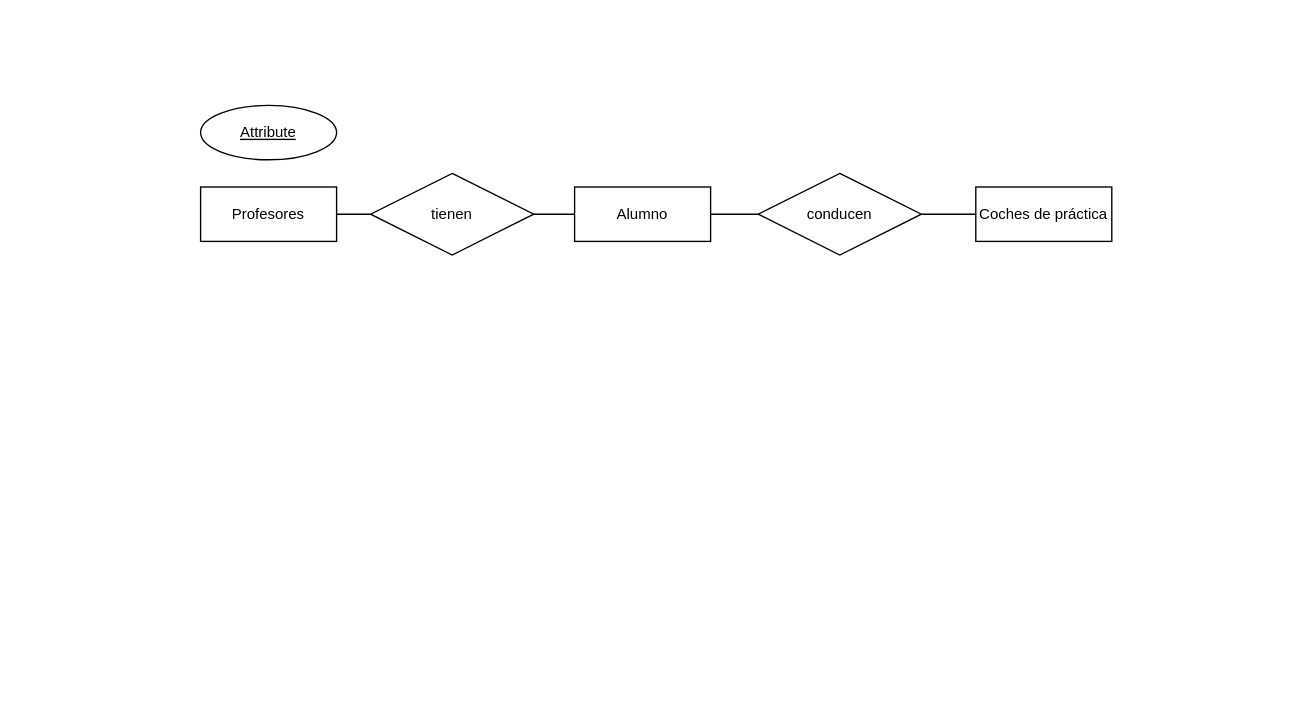
Before: page "Ejercicio 5" (3 of 4) of task2U5_MarcosZahonero.drawio in Maek0s/1DAM_Databases, a draw.io diagram. Source tidied: cells renumbered, new cells numbered last; positions are measured from the earlier drawing's top-left corner, leaving out a move shared by most shapes. Both pictures are drawn from the tidied source at 136%, with x=0, y=0 at pixel (200, 105).
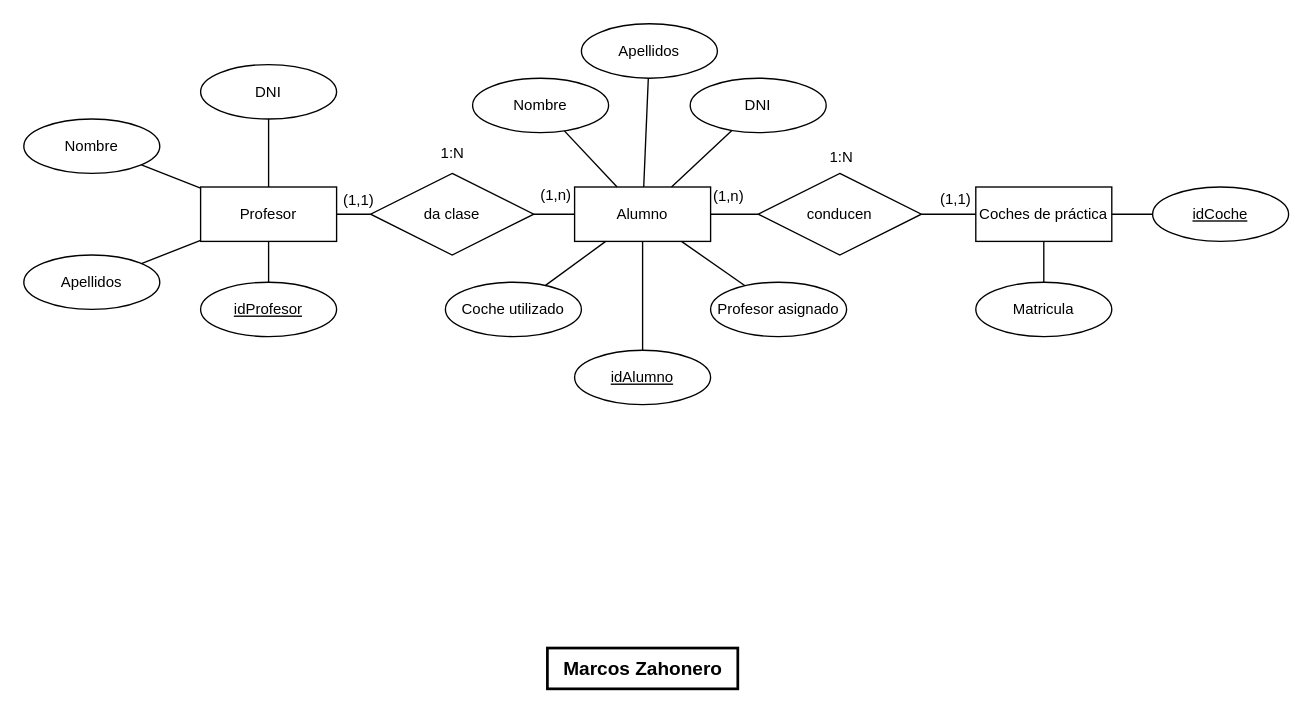
The same diagram, later.

The change refers to these unchanged cells:
```xml
<mxCell id="4" value="Coches de práctica" style="whiteSpace=wrap;html=1;align=center;fontFamily=Helvetica;fontSize=11;fontColor=default;" parent="1" vertex="1">
  <mxGeometry x="570" y="60" width="100" height="40" as="geometry" />
</mxCell>
<mxCell id="6" value="Alumno" style="whiteSpace=wrap;html=1;align=center;fontFamily=Helvetica;fontSize=11;fontColor=default;" parent="1" vertex="1">
  <mxGeometry x="275" y="60" width="100" height="40" as="geometry" />
</mxCell>
```

What changed in the source:
```diff
@@
-    <mxCell id="2" value="Profesores" style="whiteSpace=wrap;html=1;align=center;fontFamily=Helvetica;fontSize=11;fontColor=default;" parent="1" vertex="1">
+    <mxCell id="2" value="Profesor" style="whiteSpace=wrap;html=1;align=center;fontFamily=Helvetica;fontSize=11;fontColor=default;" parent="1" vertex="1">
       <mxGeometry y="60" width="100" height="40" as="geometry" />
     </mxCell>
@@
-    <mxCell id="8" value="tienen" style="shape=rhombus;perimeter=rhombusPerimeter;whiteSpace=wrap;html=1;align=center;fontFamily=Helvetica;fontSize=11;fontColor=default;" parent="1" vertex="1">
+    <mxCell id="8" value="da clase" style="shape=rhombus;perimeter=rhombusPerimeter;whiteSpace=wrap;html=1;align=center;fontFamily=Helvetica;fontSize=11;fontColor=default;" parent="1" vertex="1">
       <mxGeometry x="125" y="50" width="120" height="60" as="geometry" />
     </mxCell>
@@
+    <mxCell id="12" style="edgeStyle=none;shape=connector;rounded=0;jettySize=auto;html=1;labelBackgroundColor=default;strokeColor=default;align=center;verticalAlign=middle;fontFamily=Helvetica;fontSize=11;fontColor=default;endArrow=none;endFill=0;" parent="1" edge="1" source="11" target="2">
+      <mxGeometry relative="1" as="geometry" />
+    </mxCell>
-    <mxCell id="11" value="Attribute" style="ellipse;whiteSpace=wrap;html=1;align=center;fontStyle=4;fontFamily=Helvetica;fontSize=11;fontColor=default;" parent="1" vertex="1">
-      <mxGeometry width="100" height="40" as="geometry" />
+    <mxCell id="11" value="idProfesor" style="ellipse;whiteSpace=wrap;html=1;align=center;fontStyle=4;fontFamily=Helvetica;fontSize=11;fontColor=default;" parent="1" vertex="1">
+      <mxGeometry y="130" width="100" height="40" as="geometry" />
     </mxCell>
+    <mxCell id="13" style="edgeStyle=none;shape=connector;rounded=0;jettySize=auto;html=1;labelBackgroundColor=default;strokeColor=default;align=center;verticalAlign=middle;fontFamily=Helvetica;fontSize=11;fontColor=default;endArrow=none;endFill=0;" parent="1" edge="1" source="14" target="6">
+      <mxGeometry relative="1" as="geometry" />
+    </mxCell>
+    <mxCell id="14" value="Nombre" style="ellipse;whiteSpace=wrap;html=1;align=center;fontFamily=Helvetica;fontSize=11;fontColor=default;" parent="1" vertex="1">
+      <mxGeometry x="200" y="-20" width="100" height="40" as="geometry" />
+    </mxCell>
+    <mxCell id="15" style="rounded=0;jettySize=auto;html=1;endArrow=none;endFill=0;" parent="1" edge="1" source="16" target="6">
+      <mxGeometry relative="1" as="geometry" />
+    </mxCell>
+    <mxCell id="16" value="Apellidos" style="ellipse;whiteSpace=wrap;html=1;align=center;fontFamily=Helvetica;fontSize=11;fontColor=default;" parent="1" vertex="1">
+      <mxGeometry x="280" y="-60" width="100" height="40" as="geometry" />
+    </mxCell>
+    <mxCell id="17" style="edgeStyle=none;shape=connector;rounded=0;jettySize=auto;html=1;labelBackgroundColor=default;strokeColor=default;align=center;verticalAlign=middle;fontFamily=Helvetica;fontSize=11;fontColor=default;endArrow=none;endFill=0;" parent="1" edge="1" source="18" target="6">
+      <mxGeometry relative="1" as="geometry" />
+    </mxCell>
+    <mxCell id="18" value="DNI" style="ellipse;whiteSpace=wrap;html=1;align=center;fontFamily=Helvetica;fontSize=11;fontColor=default;" parent="1" vertex="1">
+      <mxGeometry x="360" y="-20" width="100" height="40" as="geometry" />
+    </mxCell>
+    <mxCell id="19" style="edgeStyle=none;shape=connector;rounded=0;jettySize=auto;html=1;labelBackgroundColor=default;strokeColor=default;align=center;verticalAlign=middle;fontFamily=Helvetica;fontSize=11;fontColor=default;endArrow=none;endFill=0;" parent="1" edge="1" source="20" target="6">
+      <mxGeometry relative="1" as="geometry" />
+    </mxCell>
+    <mxCell id="20" value="idAlumno" style="ellipse;whiteSpace=wrap;html=1;align=center;fontStyle=4;fontFamily=Helvetica;fontSize=11;fontColor=default;" parent="1" vertex="1">
+      <mxGeometry x="275" y="180" width="100" height="40" as="geometry" />
+    </mxCell>
+    <mxCell id="21" style="edgeStyle=none;shape=connector;rounded=0;jettySize=auto;html=1;labelBackgroundColor=default;strokeColor=default;align=center;verticalAlign=middle;fontFamily=Helvetica;fontSize=11;fontColor=default;endArrow=none;endFill=0;" parent="1" edge="1" source="22" target="2">
+      <mxGeometry relative="1" as="geometry" />
+    </mxCell>
+    <mxCell id="22" value="Apellidos" style="ellipse;whiteSpace=wrap;html=1;align=center;fontFamily=Helvetica;fontSize=11;fontColor=default;" parent="1" vertex="1">
+      <mxGeometry x="-130" y="110" width="100" height="40" as="geometry" />
+    </mxCell>
+    <mxCell id="23" style="edgeStyle=none;shape=connector;rounded=0;jettySize=auto;html=1;labelBackgroundColor=default;strokeColor=default;align=center;verticalAlign=middle;fontFamily=Helvetica;fontSize=11;fontColor=default;endArrow=none;endFill=0;" parent="1" edge="1" source="24" target="2">
+      <mxGeometry relative="1" as="geometry" />
+    </mxCell>
+    <mxCell id="24" value="Nombre" style="ellipse;whiteSpace=wrap;html=1;align=center;fontFamily=Helvetica;fontSize=11;fontColor=default;" parent="1" vertex="1">
+      <mxGeometry x="-130" y="10" width="100" height="40" as="geometry" />
+    </mxCell>
+    <mxCell id="25" style="edgeStyle=none;shape=connector;rounded=0;jettySize=auto;html=1;labelBackgroundColor=default;strokeColor=default;align=center;verticalAlign=middle;fontFamily=Helvetica;fontSize=11;fontColor=default;endArrow=none;endFill=0;" parent="1" edge="1" source="26" target="2">
+      <mxGeometry relative="1" as="geometry" />
+    </mxCell>
+    <mxCell id="26" value="DNI" style="ellipse;whiteSpace=wrap;html=1;align=center;fontFamily=Helvetica;fontSize=11;fontColor=default;" parent="1" vertex="1">
+      <mxGeometry y="-30" width="100" height="40" as="geometry" />
+    </mxCell>
+    <mxCell id="27" style="edgeStyle=none;shape=connector;rounded=0;jettySize=auto;html=1;labelBackgroundColor=default;strokeColor=default;align=center;verticalAlign=middle;fontFamily=Helvetica;fontSize=11;fontColor=default;endArrow=none;endFill=0;" parent="1" edge="1" source="28" target="6">
+      <mxGeometry relative="1" as="geometry" />
+    </mxCell>
+    <mxCell id="28" value="Profesor asignado" style="ellipse;whiteSpace=wrap;html=1;align=center;fontFamily=Helvetica;fontSize=11;fontColor=default;" parent="1" vertex="1">
+      <mxGeometry x="375" y="130" width="100" height="40" as="geometry" />
+    </mxCell>
+    <mxCell id="29" style="edgeStyle=none;shape=connector;rounded=0;jettySize=auto;html=1;labelBackgroundColor=default;strokeColor=default;align=center;verticalAlign=middle;fontFamily=Helvetica;fontSize=11;fontColor=default;endArrow=none;endFill=0;" parent="1" edge="1" source="30" target="6">
+      <mxGeometry relative="1" as="geometry" />
+    </mxCell>
+    <mxCell id="30" value="Coche utilizado" style="ellipse;whiteSpace=wrap;html=1;align=center;fontFamily=Helvetica;fontSize=11;fontColor=default;" parent="1" vertex="1">
+      <mxGeometry x="180" y="130" width="100" height="40" as="geometry" />
+    </mxCell>
+    <mxCell id="31" style="edgeStyle=none;shape=connector;rounded=0;jettySize=auto;html=1;labelBackgroundColor=default;strokeColor=default;align=center;verticalAlign=middle;fontFamily=Helvetica;fontSize=11;fontColor=default;endArrow=none;endFill=0;" parent="1" edge="1" source="32" target="4">
+      <mxGeometry relative="1" as="geometry" />
+    </mxCell>
+    <mxCell id="32" value="idCoche" style="ellipse;whiteSpace=wrap;html=1;align=center;fontStyle=4;fontFamily=Helvetica;fontSize=11;fontColor=default;" parent="1" vertex="1">
+      <mxGeometry x="700" y="60" width="100" height="40" as="geometry" />
+    </mxCell>
+    <mxCell id="33" style="edgeStyle=none;shape=connector;rounded=0;jettySize=auto;html=1;labelBackgroundColor=default;strokeColor=default;align=center;verticalAlign=middle;fontFamily=Helvetica;fontSize=11;fontColor=default;endArrow=none;endFill=0;" parent="1" edge="1" source="34" target="4">
+      <mxGeometry relative="1" as="geometry" />
+    </mxCell>
+    <mxCell id="34" value="Matricula" style="ellipse;whiteSpace=wrap;html=1;align=center;fontFamily=Helvetica;fontSize=11;fontColor=default;" parent="1" vertex="1">
+      <mxGeometry x="570" y="130" width="100" height="40" as="geometry" />
+    </mxCell>
+    <mxCell id="35" value="&lt;b&gt;Marcos Zahonero&lt;/b&gt;" style="text;html=1;align=center;verticalAlign=middle;strokeColor=default;fillColor=none;fontSize=14;fontFamily=Helvetica;fontColor=default;labelBorderColor=none;perimeterSpacing=0;strokeWidth=2;shadow=0;" parent="1" vertex="1">
+      <mxGeometry x="255" y="399" width="140" height="30" as="geometry" />
+    </mxCell>
+    <mxCell id="36" value="(1,1)" style="text;html=1;align=center;verticalAlign=middle;strokeColor=none;fillColor=none;fontSize=11;fontFamily=Helvetica;fontColor=default;" parent="1" vertex="1">
+      <mxGeometry x="95" y="57" width="41" height="25" as="geometry" />
+    </mxCell>
+    <mxCell id="37" value="1:N" style="text;html=1;align=center;verticalAlign=middle;strokeColor=none;fillColor=none;fontSize=11;fontFamily=Helvetica;fontColor=default;" parent="1" vertex="1">
+      <mxGeometry x="167.5" y="22" width="35" height="25" as="geometry" />
+    </mxCell>
+    <mxCell id="38" value="(1,n)" style="text;html=1;align=center;verticalAlign=middle;strokeColor=none;fillColor=none;fontSize=11;fontFamily=Helvetica;fontColor=default;" parent="1" vertex="1">
+      <mxGeometry x="240" y="53" width="41" height="25" as="geometry" />
+    </mxCell>
+    <mxCell id="39" value="(1,n)" style="text;html=1;align=center;verticalAlign=middle;strokeColor=none;fillColor=none;fontSize=11;fontFamily=Helvetica;fontColor=default;" parent="1" vertex="1">
+      <mxGeometry x="367" y="54" width="41" height="25" as="geometry" />
+    </mxCell>
+    <mxCell id="40" value="(1,1)" style="text;html=1;align=center;verticalAlign=middle;strokeColor=none;fillColor=none;fontSize=11;fontFamily=Helvetica;fontColor=default;" parent="1" vertex="1">
+      <mxGeometry x="534" y="56" width="41" height="25" as="geometry" />
+    </mxCell>
+    <mxCell id="41" value="1:N" style="text;html=1;align=center;verticalAlign=middle;strokeColor=none;fillColor=none;fontSize=11;fontFamily=Helvetica;fontColor=default;" parent="1" vertex="1">
+      <mxGeometry x="453" y="25" width="35" height="25" as="geometry" />
+    </mxCell>
```
